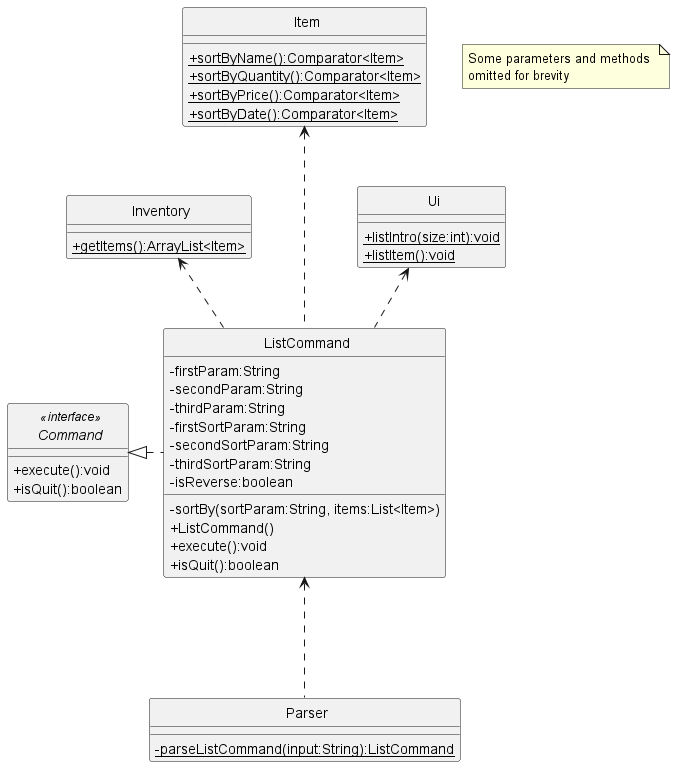
Before: docs/uml-diagrams/ListCommandClass.png, a diagram exported from PlantUML (rismm/tp).
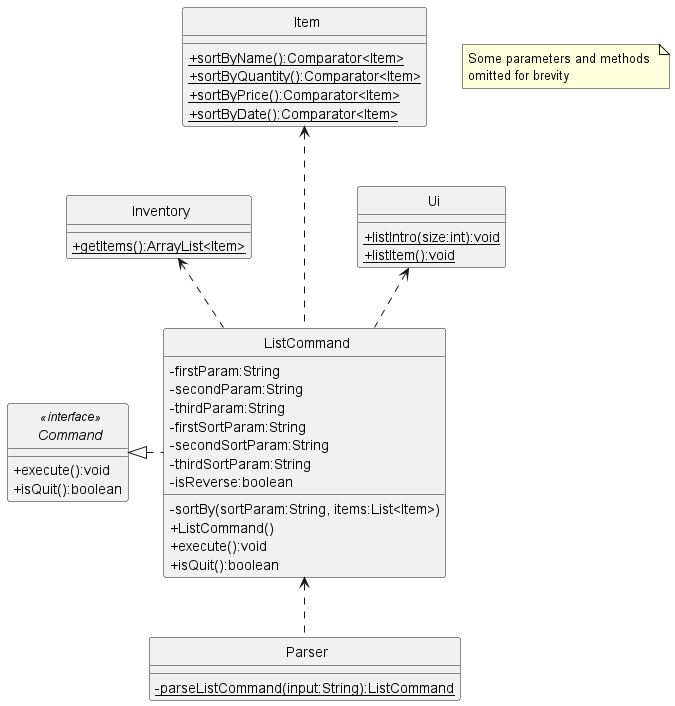
The same file after the commit.

Commit message:
Update class diagrams

What changed in the source:
```diff
@@ -14,7 +14,7 @@
 Item <... ListCommand
 Ui <.. ListCommand
 Inventory <.. ListCommand
-ListCommand <... Parser
+ListCommand <.. Parser
 
 interface Command <<interface>> {
     +execute():void
```
